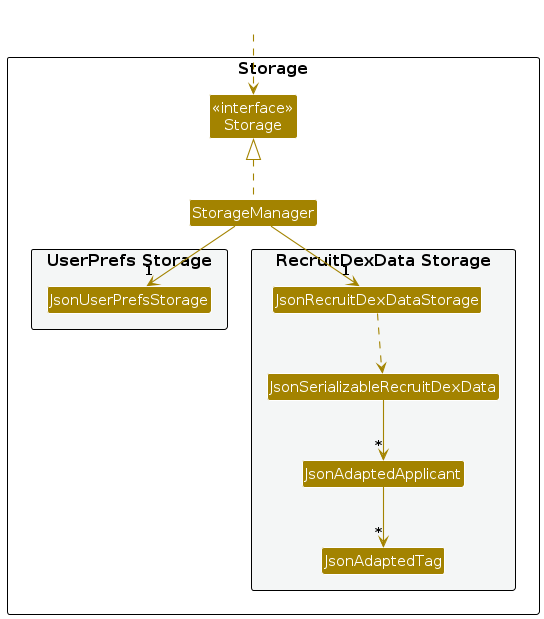
This is diagrams/StorageClassDiagram.png from AY2627S1-CS2103T-W12-4/tp, a PlantUML export, as it was before one commit. Its source is kept beside it as diagrams/StorageClassDiagram.puml.
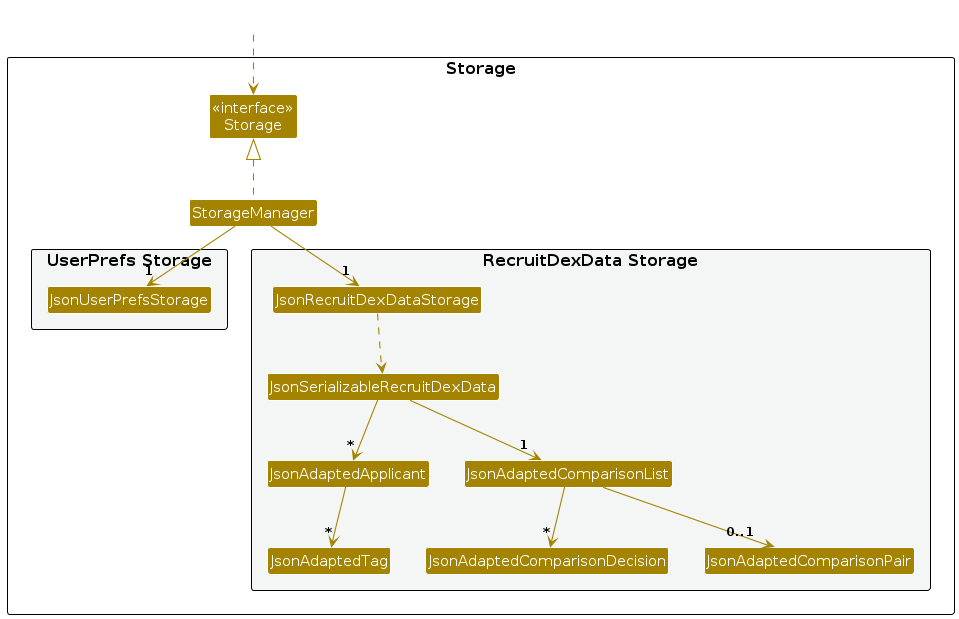
After the commit.

What changed in the source:
```diff
@@ -18,6 +18,9 @@
 Class JsonSerializableRecruitDexData
 Class JsonAdaptedApplicant
 Class JsonAdaptedTag
+Class JsonAdaptedComparisonList
+Class JsonAdaptedComparisonDecision
+Class JsonAdaptedComparisonPair
 }
 
 }
@@ -32,5 +35,8 @@
 JsonRecruitDexDataStorage ..> JsonSerializableRecruitDexData
 JsonSerializableRecruitDexData --> "*" JsonAdaptedApplicant
 JsonAdaptedApplicant --> "*" JsonAdaptedTag
+JsonSerializableRecruitDexData --> "1" JsonAdaptedComparisonList
+JsonAdaptedComparisonList --> "*" JsonAdaptedComparisonDecision
+JsonAdaptedComparisonList --> "0..1" JsonAdaptedComparisonPair
 
 @enduml
```
